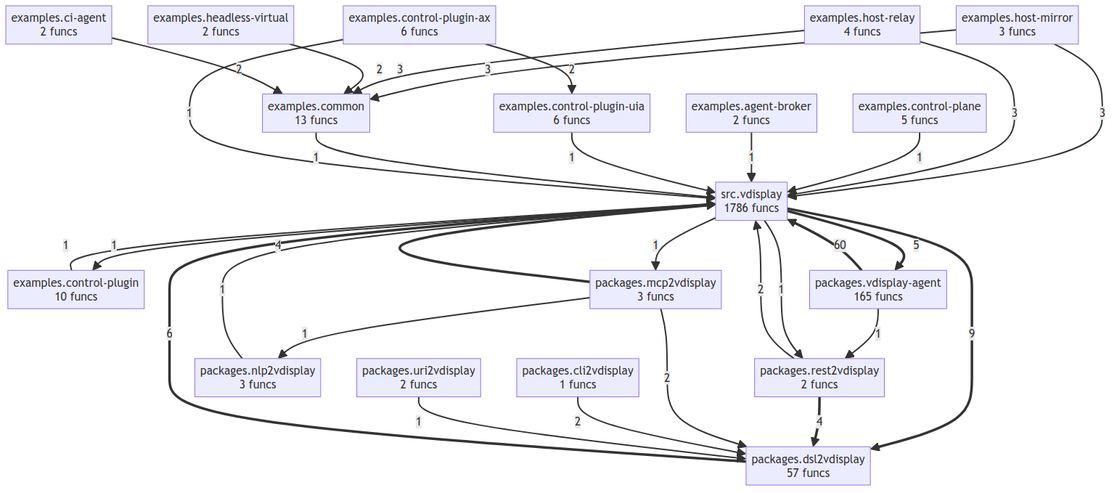
Earlier version of the Mermaid export project/compact_flow.png (wronai/vdisplay). Its source is kept beside it as project/compact_flow.mmd.
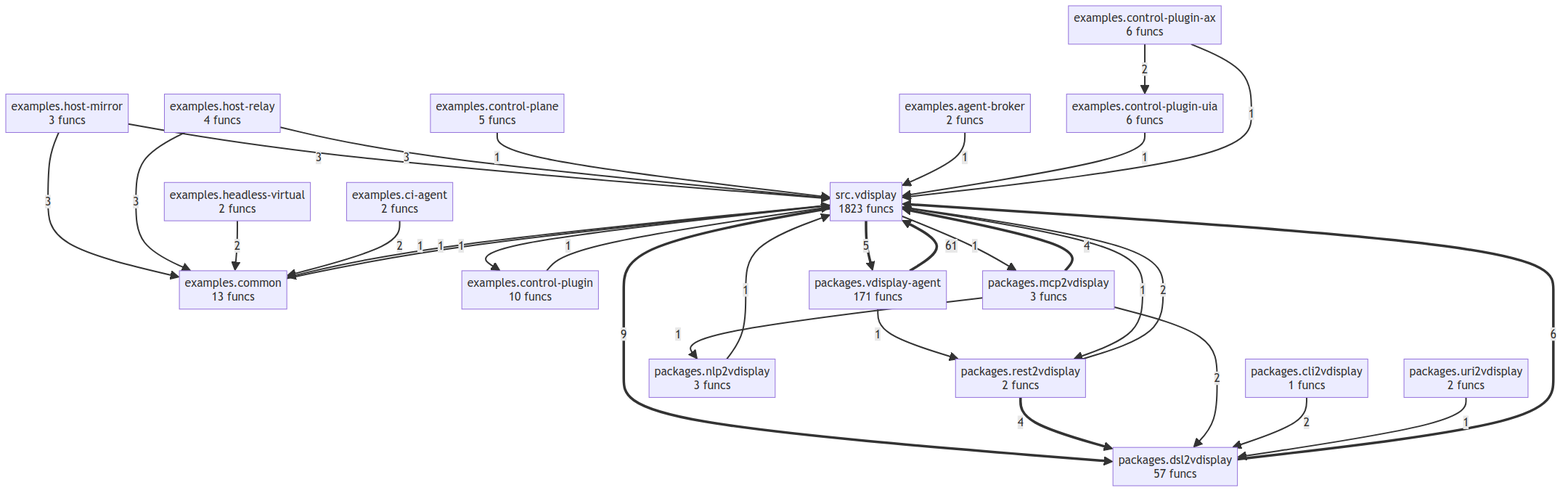
Later version of the same file.

The edit, as a diff of the source:
```diff
@@ -15,9 +15,9 @@
     packages__nlp2vdisplay["packages.nlp2vdisplay<br/>3 funcs"]
     packages__rest2vdisplay["packages.rest2vdisplay<br/>2 funcs"]
     packages__uri2vdisplay["packages.uri2vdisplay<br/>2 funcs"]
-    packages__vdisplay_agent["packages.vdisplay-agent<br/>165 funcs"]
-    src__vdisplay["src.vdisplay<br/>1786 funcs"]
-    packages__vdisplay_agent ==>|60| src__vdisplay
+    packages__vdisplay_agent["packages.vdisplay-agent<br/>171 funcs"]
+    src__vdisplay["src.vdisplay<br/>1823 funcs"]
+    packages__vdisplay_agent ==>|61| src__vdisplay
     src__vdisplay ==>|9| packages__dsl2vdisplay
     packages__dsl2vdisplay ==>|6| src__vdisplay
     src__vdisplay ==>|5| packages__vdisplay_agent
@@ -44,5 +44,6 @@
     examples__common -->|1| src__vdisplay
     examples__control_plugin_ax -->|1| src__vdisplay
     src__vdisplay -->|1| packages__rest2vdisplay
+    src__vdisplay -->|1| examples__common
     src__vdisplay -->|1| examples__control_plugin
     src__vdisplay -->|1| packages__mcp2vdisplay
```
